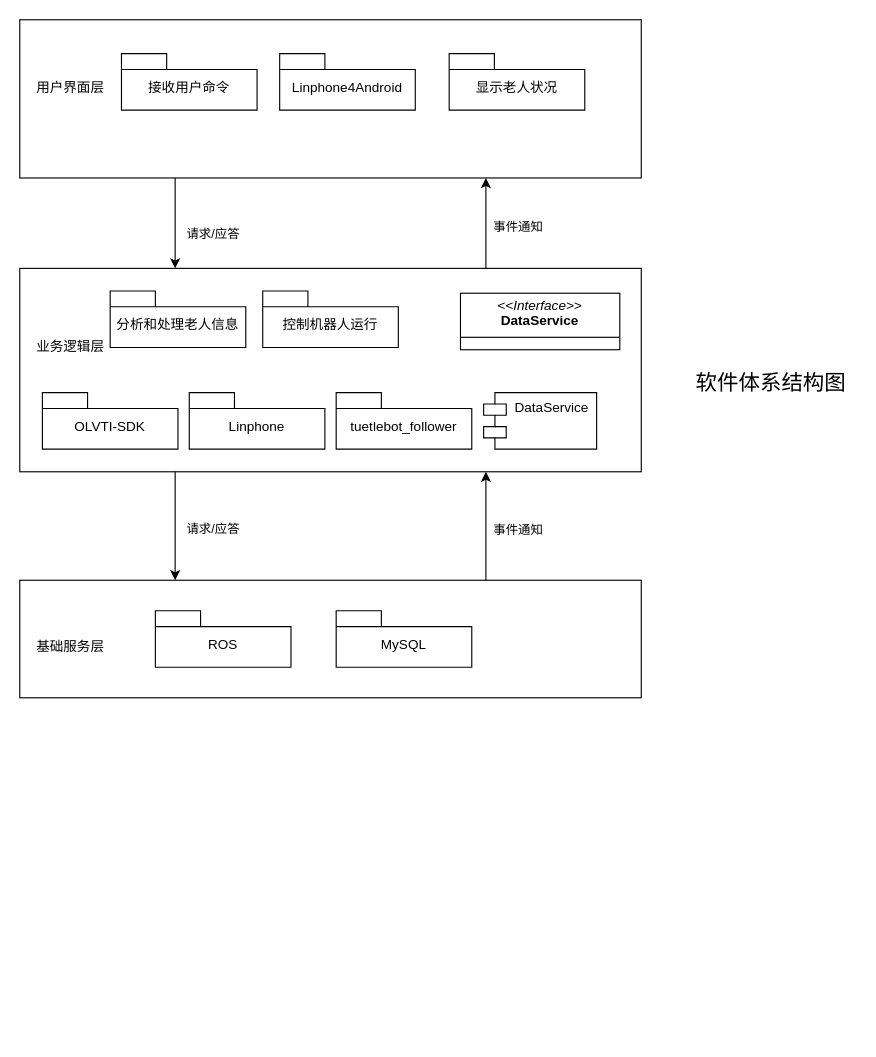
Above: 第八、九章 52题.drawio in Jackrainman/draw.io (draw.io), before the change. Source tidied: cells renumbered, new cells numbered last; positions are measured from the earlier drawing's top-left corner, leaving out a move shared by most shapes. Both pictures are drawn from the tidied source at 113%, with x=0, y=0 at pixel (19, 19).
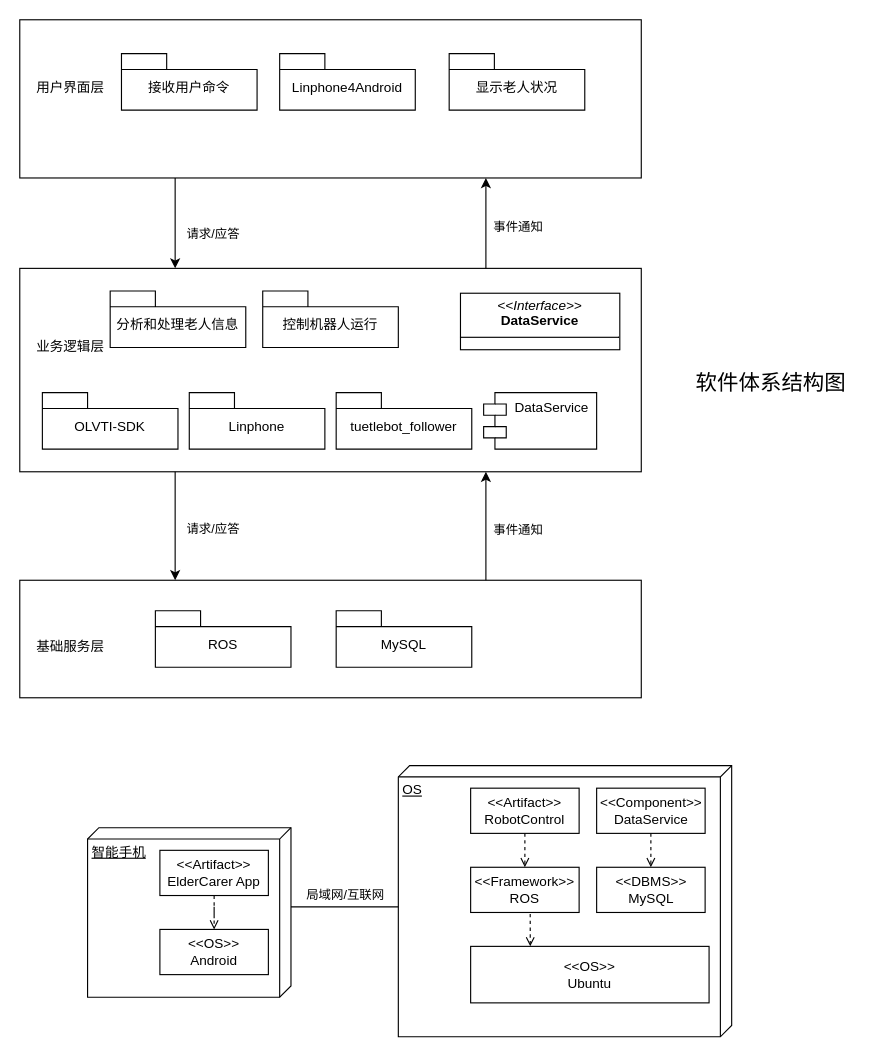
After the change.

Commit message (it also covers changes not shown here):
更新第八、九章 52题.drawio

Diff of the diagram source:
```diff
@@
+    <mxCell id="30" value="OS" style="verticalAlign=top;align=left;spacingTop=8;spacingLeft=2;spacingRight=12;shape=cube;size=10;direction=south;fontStyle=4;html=1;whiteSpace=wrap;" parent="1" vertex="1">
+      <mxGeometry x="335" y="660" width="295" height="240" as="geometry" />
+    </mxCell>
+    <mxCell id="31" style="edgeStyle=orthogonalEdgeStyle;rounded=0;jettySize=auto;html=1;exitX=0.5;exitY=1;exitDx=0;exitDy=0;entryX=0.5;entryY=0;entryDx=0;entryDy=0;dashed=1;endArrow=open;endFill=0;" parent="1" edge="1" source="32" target="34">
+      <mxGeometry relative="1" as="geometry" />
+    </mxCell>
+    <mxCell id="32" value="&amp;lt;&amp;lt;Artifact&amp;gt;&amp;gt;&lt;div&gt;RobotControl&lt;/div&gt;" style="html=1;whiteSpace=wrap;" parent="1" vertex="1">
+      <mxGeometry x="399" y="680" width="96" height="40" as="geometry" />
+    </mxCell>
+    <mxCell id="33" style="edgeStyle=orthogonalEdgeStyle;rounded=0;jettySize=auto;html=1;exitX=0.5;exitY=1;exitDx=0;exitDy=0;entryX=0.25;entryY=0;entryDx=0;entryDy=0;endArrow=open;endFill=0;dashed=1;" parent="1" edge="1" source="34" target="38">
+      <mxGeometry relative="1" as="geometry" />
+    </mxCell>
+    <mxCell id="34" value="&amp;lt;&amp;lt;Framework&amp;gt;&amp;gt;&lt;div&gt;ROS&lt;/div&gt;" style="html=1;whiteSpace=wrap;" parent="1" vertex="1">
+      <mxGeometry x="399" y="750" width="96" height="40" as="geometry" />
+    </mxCell>
+    <mxCell id="35" style="edgeStyle=orthogonalEdgeStyle;rounded=0;jettySize=auto;html=1;exitX=0.5;exitY=1;exitDx=0;exitDy=0;entryX=0.5;entryY=0;entryDx=0;entryDy=0;endArrow=open;endFill=0;dashed=1;" parent="1" edge="1" source="36" target="37">
+      <mxGeometry relative="1" as="geometry" />
+    </mxCell>
+    <mxCell id="36" value="&amp;lt;&amp;lt;Component&amp;gt;&amp;gt;&lt;div&gt;DataService&lt;/div&gt;" style="html=1;whiteSpace=wrap;" parent="1" vertex="1">
+      <mxGeometry x="510.5" y="680" width="96" height="40" as="geometry" />
+    </mxCell>
+    <mxCell id="37" value="&amp;lt;&amp;lt;DBMS&amp;gt;&amp;gt;&lt;div&gt;MySQL&lt;/div&gt;" style="html=1;whiteSpace=wrap;" parent="1" vertex="1">
+      <mxGeometry x="510.5" y="750" width="96" height="40" as="geometry" />
+    </mxCell>
+    <mxCell id="38" value="&amp;lt;&amp;lt;OS&amp;gt;&amp;gt;&lt;div&gt;Ubuntu&lt;/div&gt;" style="html=1;whiteSpace=wrap;" parent="1" vertex="1">
+      <mxGeometry x="399" y="820" width="211" height="50" as="geometry" />
+    </mxCell>
+    <mxCell id="39" style="group;" parent="1" vertex="1">
+      <mxGeometry x="60" y="715" width="180" height="150" as="geometry" />
+    </mxCell>
+    <mxCell id="40" value="智能手机" style="verticalAlign=top;align=left;spacingTop=8;spacingLeft=2;spacingRight=12;shape=cube;size=10;direction=south;fontStyle=4;html=1;whiteSpace=wrap;" parent="39" vertex="1">
+      <mxGeometry width="180" height="150" as="geometry" />
+    </mxCell>
+    <mxCell id="41" style="edgeStyle=orthogonalEdgeStyle;rounded=0;jettySize=auto;html=1;endArrow=open;endFill=0;dashed=1;" parent="39" edge="1" source="42" target="43">
+      <mxGeometry relative="1" as="geometry" />
+    </mxCell>
+    <mxCell id="42" value="&amp;lt;&amp;lt;Artifact&amp;gt;&amp;gt;&lt;div&gt;ElderCarer App&lt;/div&gt;" style="html=1;whiteSpace=wrap;" parent="39" vertex="1">
+      <mxGeometry x="64" y="20" width="96" height="40" as="geometry" />
+    </mxCell>
+    <mxCell id="43" value="&amp;lt;&amp;lt;OS&amp;gt;&amp;gt;&lt;div&gt;Android&lt;/div&gt;" style="html=1;whiteSpace=wrap;" parent="39" vertex="1">
+      <mxGeometry x="64" y="90" width="96" height="40" as="geometry" />
+    </mxCell>
+    <mxCell id="44" style="edgeStyle=orthogonalEdgeStyle;rounded=0;jettySize=auto;html=1;exitX=0;exitY=0;exitDx=70;exitDy=0;exitPerimeter=0;entryX=0;entryY=0;entryDx=125;entryDy=295;entryPerimeter=0;endArrow=none;endFill=0;" parent="1" edge="1" source="40" target="30">
+      <mxGeometry relative="1" as="geometry" />
+    </mxCell>
+    <mxCell id="45" value="局域网/互联网" style="edgeLabel;html=1;align=center;verticalAlign=middle;" parent="44" vertex="1">
+      <mxGeometry x="-0.19" relative="1" as="geometry">
+        <mxPoint x="9" y="-11" as="offset" />
+      </mxGeometry>
+    </mxCell>
```
